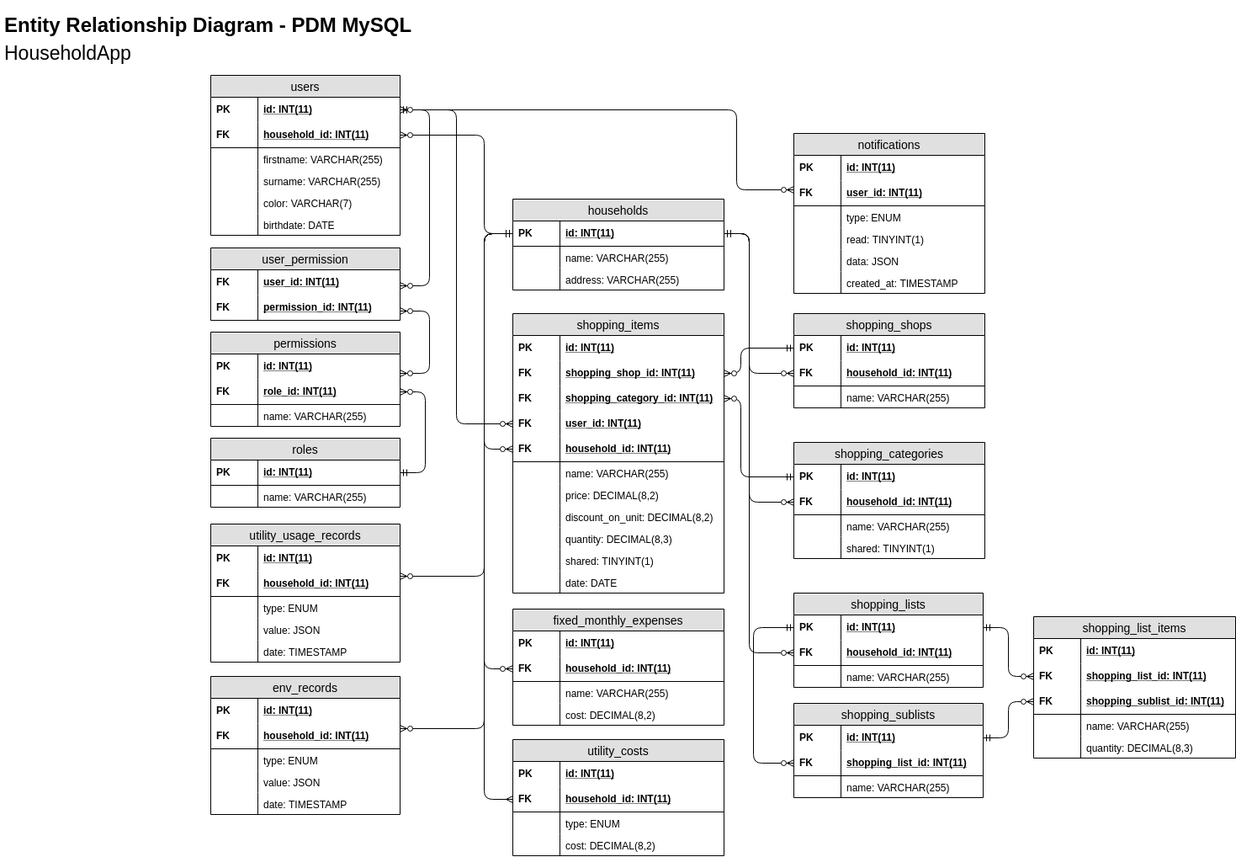
Above: docs/assets/ERD - PDM.png in damiankoper/dbProject1 (draw.io), before the change. Source tidied: cells renumbered, new cells last; positions are measured from the earlier drawing's top-left corner, leaving out a move shared by most shapes.
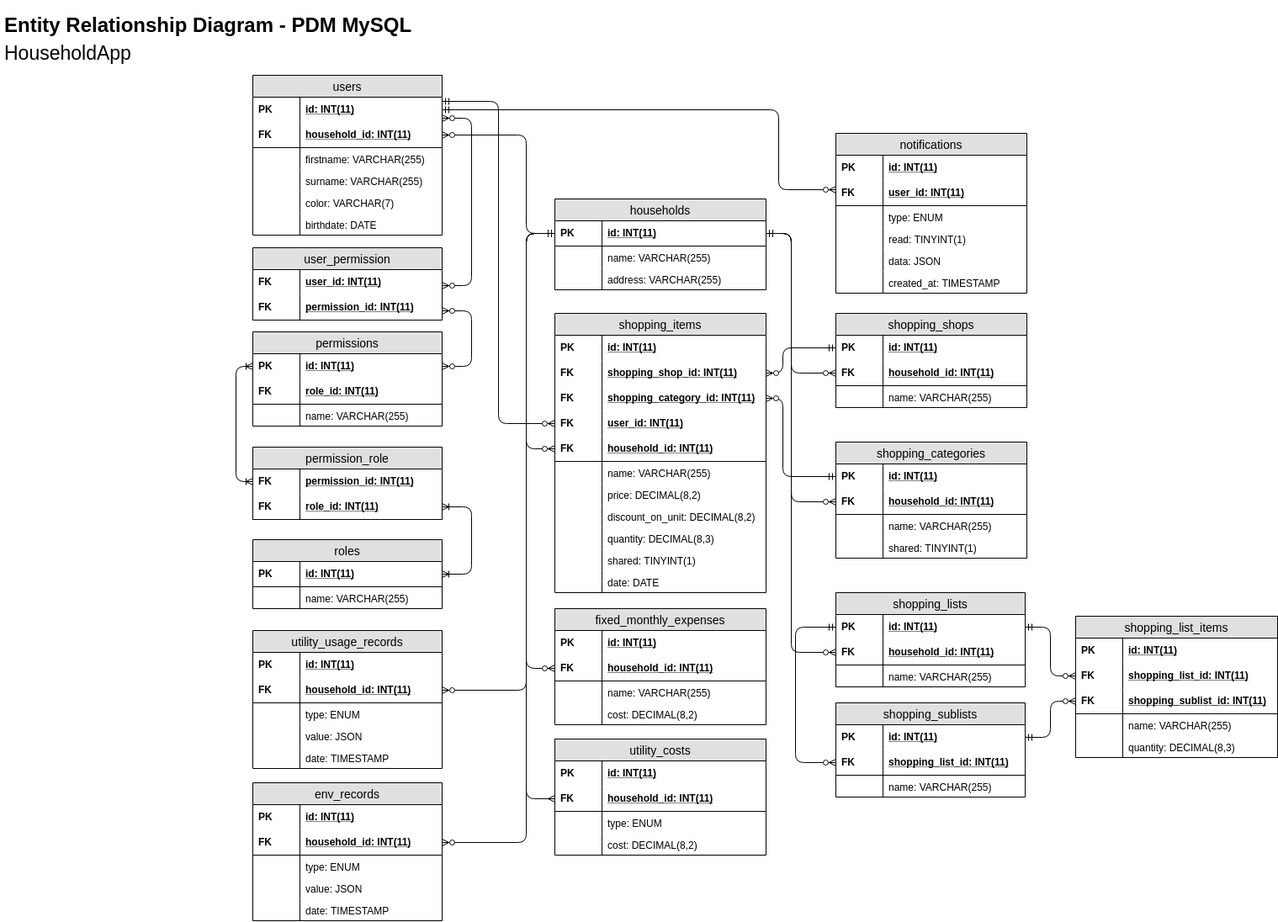
After the change.

Diff of the diagram source:
```diff
@@ -3,7 +3,7 @@
     <mxCell id="0" />
     <mxCell id="1" parent="0" />
     <mxCell id="2" value="&lt;h1&gt;Entity Relationship Diagram - PDM MySQL&lt;/h1&gt;&lt;p&gt;&lt;font style=&quot;font-size: 23px ; line-height: 20%&quot;&gt;HouseholdApp&lt;/font&gt;&lt;/p&gt;" style="text;html=1;strokeColor=none;fillColor=none;spacing=5;spacingTop=-20;whiteSpace=wrap;overflow=hidden;rounded=0;" parent="1" vertex="1">
-      <mxGeometry width="710" height="90" as="geometry" />
+      <mxGeometry x="-50" width="710" height="90" as="geometry" />
     </mxCell>
     <mxCell id="3" value="users" style="swimlane;fontStyle=0;horizontal=1;startSize=26;fillColor=#e0e0e0;swimlaneFillColor=#ffffff;align=center;fontSize=14;shadow=0;glass=0;comic=0;" parent="1" vertex="1">
       <mxGeometry x="250" y="79" width="225" height="190" as="geometry" />
@@ -95,7 +95,7 @@
       <mxGeometry width="56" height="26" as="geometry" />
     </mxCell>
     <mxCell id="31" value="roles" style="swimlane;fontStyle=0;horizontal=1;startSize=26;fillColor=#e0e0e0;swimlaneFillColor=#ffffff;align=center;fontSize=14;shadow=0;glass=0;comic=0;" parent="1" vertex="1">
-      <mxGeometry x="250" y="510" width="225" height="82" as="geometry" />
+      <mxGeometry x="250" y="631" width="225" height="82" as="geometry" />
     </mxCell>
     <mxCell id="32" value="id: INT(11)" style="shape=partialRectangle;top=0;left=0;right=0;bottom=1;align=left;verticalAlign=middle;fillColor=none;spacingLeft=60;spacingRight=4;overflow=hidden;points=[[0,0.5],[1,0.5]];portConstraint=eastwest;fontStyle=5;fontSize=12;" parent="31" vertex="1">
       <mxGeometry y="26" width="225" height="30" as="geometry" />
@@ -109,8 +109,13 @@
     <mxCell id="35" style="shape=partialRectangle;top=0;left=0;bottom=0;fillColor=none;align=left;verticalAlign=top;spacingLeft=4;spacingRight=4;overflow=hidden;fontSize=12;" parent="34" vertex="1">
       <mxGeometry width="56" height="26" as="geometry" />
     </mxCell>
-    <mxCell id="36" style="edgeStyle=entityRelationEdgeStyle;fontSize=12;html=1;endArrow=ERzeroToMany;startArrow=ERmandOne;shadow=0;" parent="1" edge="1" source="32" target="27">
-      <mxGeometry relative="1" as="geometry" />
+    <mxCell id="36" style="edgeStyle=orthogonalEdgeStyle;fontSize=12;html=1;endArrow=ERoneToMany;startArrow=ERoneToMany;shadow=0;startFill=0;endFill=0;" parent="1" edge="1" source="32" target="179">
+      <mxGeometry relative="1" as="geometry">
+        <Array as="points">
+          <mxPoint x="510" y="672" />
+          <mxPoint x="510" y="592" />
+        </Array>
+      </mxGeometry>
     </mxCell>
     <mxCell id="37" value="notifications" style="swimlane;fontStyle=0;horizontal=1;startSize=26;fillColor=#e0e0e0;swimlaneFillColor=#ffffff;align=center;fontSize=14;shadow=0;glass=0;comic=0;" parent="1" vertex="1">
       <mxGeometry x="943" y="148" width="227" height="190" as="geometry" />
@@ -293,7 +298,12 @@
       </mxGeometry>
     </mxCell>
     <mxCell id="92" style="edgeStyle=orthogonalEdgeStyle;fontSize=12;html=1;endArrow=ERzeroToMany;startArrow=ERmandOne;shadow=0;" parent="1" edge="1" source="4" target="74">
-      <mxGeometry relative="1" as="geometry" />
+      <mxGeometry relative="1" as="geometry">
+        <Array as="points">
+          <mxPoint x="542" y="110" />
+          <mxPoint x="542" y="493" />
+        </Array>
+      </mxGeometry>
     </mxCell>
     <mxCell id="93" style="edgeStyle=orthogonalEdgeStyle;fontSize=12;html=1;endArrow=ERzeroToMany;startArrow=ERmandOne;comic=0;shadow=0;endFill=1;jumpSize=6;startSize=6;noJump=0;fixDash=0;anchorPointDirection=1;" parent="1" edge="1" source="17" target="76">
       <mxGeometry relative="1" as="geometry">
@@ -487,7 +497,7 @@
       </mxGeometry>
     </mxCell>
     <mxCell id="145" value="utility_usage_records" style="swimlane;fontStyle=0;horizontal=1;startSize=26;fillColor=#e0e0e0;swimlaneFillColor=#ffffff;align=center;fontSize=14;shadow=0;glass=0;comic=0;" parent="1" vertex="1">
-      <mxGeometry x="250" y="612" width="225" height="164" as="geometry" />
+      <mxGeometry x="250" y="739" width="225" height="164" as="geometry" />
     </mxCell>
     <mxCell id="146" value="id: INT(11)" style="shape=partialRectangle;top=0;left=0;right=0;bottom=0;align=left;verticalAlign=middle;fillColor=none;spacingLeft=60;spacingRight=4;overflow=hidden;fontStyle=5;fontSize=12;" parent="145" vertex="1">
       <mxGeometry y="26" width="225" height="30" as="geometry" />
@@ -523,12 +533,12 @@
       <mxGeometry relative="1" as="geometry">
         <Array as="points">
           <mxPoint x="575" y="267" />
-          <mxPoint x="575" y="674" />
+          <mxPoint x="575" y="810" />
         </Array>
       </mxGeometry>
     </mxCell>
     <mxCell id="157" value="env_records" style="swimlane;fontStyle=0;horizontal=1;startSize=26;fillColor=#e0e0e0;swimlaneFillColor=#ffffff;align=center;fontSize=14;shadow=0;glass=0;comic=0;" parent="1" vertex="1">
-      <mxGeometry x="250" y="793" width="225" height="164" as="geometry" />
+      <mxGeometry x="250" y="920" width="225" height="164" as="geometry" />
     </mxCell>
     <mxCell id="158" value="id: INT(11)" style="shape=partialRectangle;top=0;left=0;right=0;bottom=0;align=left;verticalAlign=middle;fillColor=none;spacingLeft=60;spacingRight=4;overflow=hidden;fontStyle=5;fontSize=12;" parent="157" vertex="1">
       <mxGeometry y="26" width="225" height="30" as="geometry" />
@@ -564,7 +574,7 @@
       <mxGeometry relative="1" as="geometry">
         <Array as="points">
           <mxPoint x="575" y="267" />
-          <mxPoint x="575" y="855" />
+          <mxPoint x="575" y="991" />
         </Array>
       </mxGeometry>
     </mxCell>
@@ -586,7 +596,7 @@
     <mxCell id="174" style="edgeStyle=orthogonalEdgeStyle;jumpSize=6;jettySize=auto;html=1;shadow=0;startArrow=ERzeroToMany;endArrow=ERzeroToMany;fontSize=12;startFill=1;" parent="1" edge="1" source="4" target="170">
       <mxGeometry relative="1" as="geometry">
         <Array as="points">
-          <mxPoint x="510" y="120" />
+          <mxPoint x="510" y="130" />
           <mxPoint x="510" y="329" />
         </Array>
       </mxGeometry>
@@ -595,9 +605,32 @@
       <mxGeometry relative="1" as="geometry">
         <Array as="points">
           <mxPoint x="510" y="359" />
-          <mxPoint x="510" y="433" />
+          <mxPoint x="510" y="425" />
         </Array>
       </mxGeometry>
     </mxCell>
+    <mxCell id="176" value="permission_role" style="swimlane;fontStyle=0;horizontal=1;startSize=26;fillColor=#e0e0e0;swimlaneFillColor=#ffffff;align=center;fontSize=14;shadow=0;glass=0;comic=0;" parent="1" vertex="1">
+      <mxGeometry x="250" y="521" width="225" height="86" as="geometry" />
+    </mxCell>
+    <mxCell id="177" value="permission_id: INT(11)" style="shape=partialRectangle;top=0;left=0;right=0;bottom=0;align=left;verticalAlign=middle;fillColor=none;spacingLeft=60;spacingRight=4;overflow=hidden;points=[[0,0.5],[1,0.5]];portConstraint=eastwest;fontStyle=5;fontSize=12;" parent="176" vertex="1">
+      <mxGeometry y="26" width="225" height="30" as="geometry" />
+    </mxCell>
+    <mxCell id="178" value="FK" style="shape=partialRectangle;fontStyle=1;top=0;left=0;bottom=0;fillColor=none;align=left;verticalAlign=middle;spacingLeft=4;spacingRight=4;overflow=hidden;fontSize=12;" parent="177" vertex="1">
+      <mxGeometry width="56" height="30" as="geometry" />
+    </mxCell>
+    <mxCell id="179" value="role_id: INT(11)" style="shape=partialRectangle;top=0;left=0;right=0;bottom=1;align=left;verticalAlign=middle;fillColor=none;spacingLeft=60;spacingRight=4;overflow=hidden;points=[[0,0.5],[1,0.5]];portConstraint=eastwest;fontStyle=5;fontSize=12;" parent="176" vertex="1">
+      <mxGeometry y="56" width="225" height="30" as="geometry" />
+    </mxCell>
+    <mxCell id="180" value="FK" style="shape=partialRectangle;fontStyle=1;top=0;left=0;bottom=0;fillColor=none;align=left;verticalAlign=middle;spacingLeft=4;spacingRight=4;overflow=hidden;fontSize=12;" parent="179" vertex="1">
+      <mxGeometry width="56" height="30" as="geometry" />
+    </mxCell>
+    <mxCell id="181" style="edgeStyle=orthogonalEdgeStyle;jettySize=auto;html=1;shadow=0;startArrow=ERoneToMany;startFill=0;endArrow=ERoneToMany;endFill=0;fontSize=12;" parent="1" edge="1" source="177" target="25">
+      <mxGeometry relative="1" as="geometry">
+        <Array as="points">
+          <mxPoint x="230" y="562" />
+          <mxPoint x="230" y="425" />
+        </Array>
+      </mxGeometry>
+    </mxCell>
   </root>
 </mxGraphModel>
```
